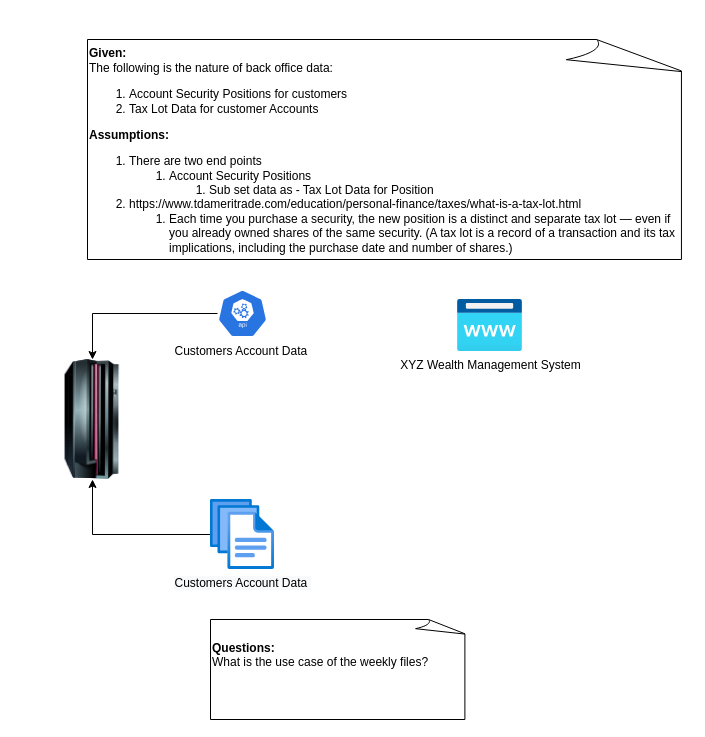
Earlier version of the draw.io diagram page "Current State" (1 of 3) of solution/XYZ Wealth Management.drawio (Vykuntarao-n/loss-harvesting-dashboard). Source tidied: cells renumbered, new cells numbered last; positions are measured from the earlier drawing's top-left corner, leaving out a move shared by most shapes. Both pictures are drawn from the tidied source at 100%, with x=0, y=0 at pixel (17, 39).
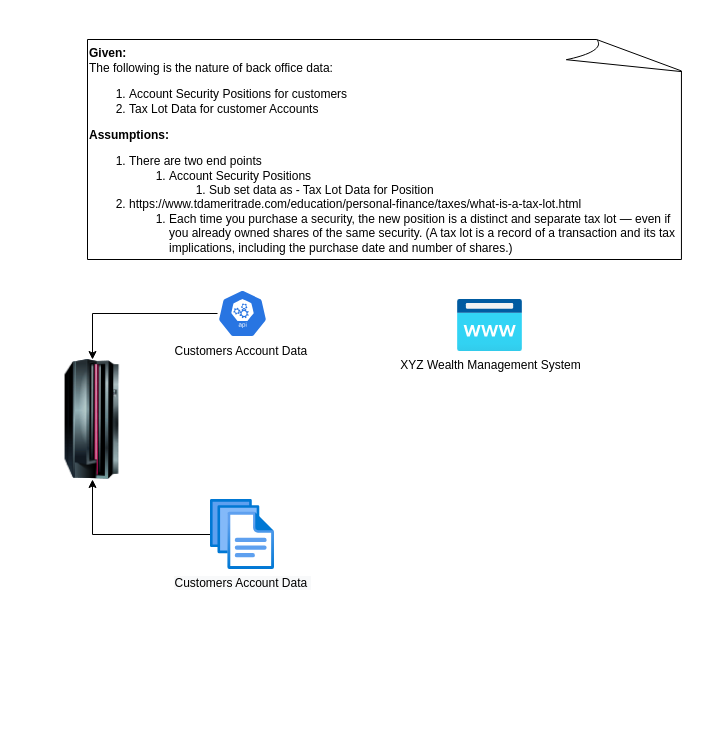
After the change.

What changed in the source:
```diff
@@
 <mxGraphModel>
   <root>
     <mxCell id="0" />
     <mxCell id="1" parent="0" />
     <mxCell id="2" style="image;html=1;image=img/lib/clip_art/computers/Mainframe_128x128.png;" parent="1" vertex="1">
       <mxGeometry y="320" width="150" height="120" as="geometry" />
     </mxCell>
     <mxCell id="3" style="edgeStyle=orthogonalEdgeStyle;rounded=0;jettySize=auto;html=1;entryX=0.5;entryY=0;entryDx=0;entryDy=0;" parent="1" edge="1" source="4" target="2">
       <mxGeometry relative="1" as="geometry" />
     </mxCell>
     <mxCell id="4" value="&lt;span style=&quot;text-align: left;&quot;&gt;Customers Account Data&amp;nbsp;&lt;/span&gt;&lt;span style=&quot;text-align: left;&quot;&gt;&lt;br&gt;&lt;/span&gt;" style="sketch=0;html=1;dashed=0;whitespace=wrap;fillColor=#2875E2;strokeColor=#ffffff;points=[[0.005,0.63,0],[0.1,0.2,0],[0.9,0.2,0],[0.5,0,0],[0.995,0.63,0],[0.72,0.99,0],[0.5,1,0],[0.28,0.99,0]];verticalLabelPosition=bottom;align=center;verticalAlign=top;shape=mxgraph.kubernetes.icon;prIcon=api;" parent="1" vertex="1">
       <mxGeometry x="200" y="250" width="50" height="48" as="geometry" />
     </mxCell>
     <mxCell id="5" style="edgeStyle=orthogonalEdgeStyle;rounded=0;jettySize=auto;html=1;entryX=0.5;entryY=1;entryDx=0;entryDy=0;" parent="1" edge="1" source="6" target="2">
       <mxGeometry relative="1" as="geometry" />
     </mxCell>
     <mxCell id="6" value="&lt;span style=&quot;background-color: rgb(248, 249, 250); text-align: left;&quot;&gt;Customers Account Data&amp;nbsp;&lt;/span&gt;" style="html=1;points=[];align=center;image;fontSize=12;image=img/lib/azure2/general/Files.svg;" parent="1" vertex="1">
       <mxGeometry x="193" y="460" width="64" height="70" as="geometry" />
     </mxCell>
     <mxCell id="7" value="&lt;div&gt;&lt;br&gt;&lt;/div&gt;&lt;div&gt;&lt;br&gt;&lt;/div&gt;&lt;div&gt;&lt;b&gt;Given:&amp;nbsp;&lt;/b&gt;&lt;/div&gt;&lt;div&gt;The following is the nature of back office data:&lt;/div&gt;&lt;div&gt;&lt;ol&gt;&lt;li&gt;Account Security Positions for customers&lt;/li&gt;&lt;li&gt;Tax Lot Data for customer Accounts&lt;/li&gt;&lt;/ol&gt;&lt;div&gt;&lt;b&gt;Assumptions:&lt;/b&gt;&lt;/div&gt;&lt;/div&gt;&lt;div&gt;&lt;ol&gt;&lt;li&gt;There are two end points&lt;/li&gt;&lt;ol&gt;&lt;li&gt;Account Security Positions&lt;/li&gt;&lt;ol&gt;&lt;li&gt;Sub set data as - Tax Lot Data for Position&lt;/li&gt;&lt;/ol&gt;&lt;/ol&gt;&lt;li&gt;https://www.tdameritrade.com/education/personal-finance/taxes/what-is-a-tax-lot.html&lt;/li&gt;&lt;ol&gt;&lt;li&gt;Each time you purchase a security, the new position is a distinct and separate tax lot — even if you already owned shares of the same security. (A tax lot is a record of a transaction and its tax implications, including the purchase date and number of shares.)&lt;/li&gt;&lt;/ol&gt;&lt;/ol&gt;&lt;div&gt;&lt;br&gt;&lt;/div&gt;&lt;/div&gt;" style="whiteSpace=wrap;html=1;shape=mxgraph.basic.document;align=left;" parent="1" vertex="1">
       <mxGeometry x="70" width="600" height="220" as="geometry" />
     </mxCell>
-    <mxCell id="8" value="&lt;b style=&quot;&quot;&gt;Questions:&amp;nbsp;&lt;/b&gt;&lt;br style=&quot;&quot;&gt;&lt;div style=&quot;&quot;&gt;&lt;span style=&quot;background-color: initial;&quot;&gt;What is the use case&amp;nbsp;of the weekly files?&lt;/span&gt;&lt;/div&gt;&lt;div style=&quot;&quot;&gt;&lt;span style=&quot;background-color: initial;&quot;&gt;&lt;br&gt;&lt;/span&gt;&lt;/div&gt;&lt;span style=&quot;&quot;&gt;&amp;nbsp;&lt;/span&gt;" style="whiteSpace=wrap;html=1;shape=mxgraph.basic.document;align=left;" parent="1" vertex="1">
-      <mxGeometry x="193" y="580" width="257" height="100" as="geometry" />
-    </mxCell>
     <mxCell id="9" value="XYZ Wealth Management System" style="html=1;align=center;image;fontSize=12;image=img/lib/azure2/app_services/App_Service_Domains.svg;" parent="1" vertex="1">
       <mxGeometry x="440" y="260" width="65" height="52" as="geometry" />
     </mxCell>
   </root>
 </mxGraphModel>
```
